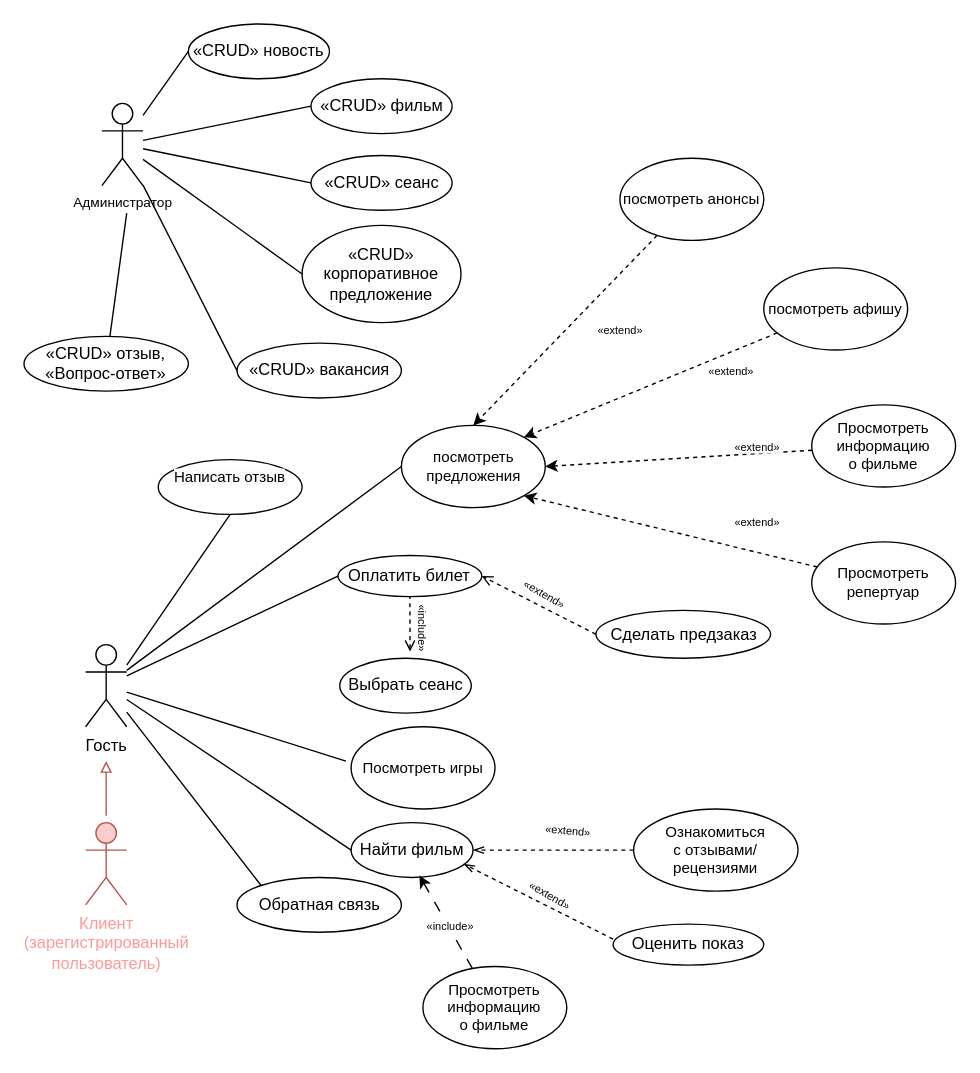
Above: page "Fakel" (3 of 3) of Диаграммы_вариантов_использования.drawio in ANDaniell/-design-practice (draw.io), before the change. Source tidied: cells renumbered, new cells numbered last; positions are measured from the earlier drawing's top-left corner, leaving out a move shared by most shapes. Both pictures are drawn from the tidied source at 137%, with x=0, y=0 at pixel (23, 23).
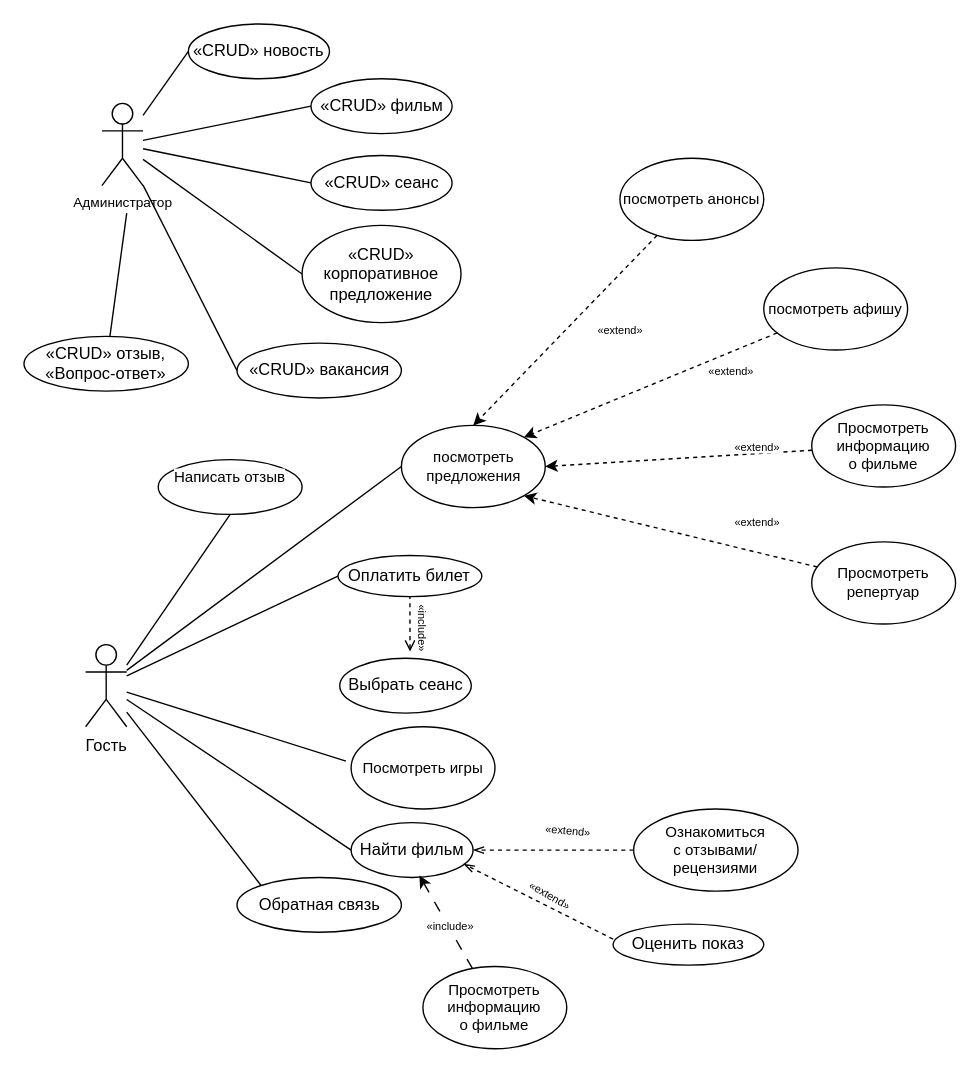
The same diagram, later.

Unchanged cells that the change refers to:
```xml
<mxCell id="4" value="Оплатить билет" style="ellipse;whiteSpace=wrap;html=1;fontSize=12;" parent="1" vertex="1">
  <mxGeometry x="229.2" y="388" width="105" height="30" as="geometry" />
</mxCell>
```

Change to the diagram source:
```diff
@@
-    <mxCell id="3" value="&lt;div&gt;Клиент&lt;/div&gt;&lt;div&gt;(зарегистрированный&lt;/div&gt;&lt;div&gt;пользователь)&lt;/div&gt;" style="shape=umlActor;verticalLabelPosition=bottom;verticalAlign=top;html=1;fillColor=#f8cecc;strokeColor=#b85450;fontColor=#FF9999;" parent="1" vertex="1">
-      <mxGeometry x="45" y="583" width="30" height="60" as="geometry" />
-    </mxCell>
@@
-    <mxCell id="5" value="Сделать предзаказ" style="ellipse;whiteSpace=wrap;html=1;" parent="1" vertex="1">
-      <mxGeometry x="417.5" y="428" width="127.5" height="35" as="geometry" />
-    </mxCell>
@@
-    <mxCell id="10" style="endArrow=block;html=1;rounded=0;endFill=0;fillColor=#f8cecc;strokeColor=#b85450;" parent="1" edge="1">
-      <mxGeometry relative="1" as="geometry">
-        <mxPoint x="60" y="578" as="sourcePoint" />
-        <mxPoint x="60" y="538" as="targetPoint" />
-      </mxGeometry>
-    </mxCell>
@@
-    <mxCell id="14" style="endArrow=open;dashed=1;rounded=0;entryX=1;entryY=0.5;entryDx=0;entryDy=0;exitX=0;exitY=0.5;exitDx=0;exitDy=0;startArrow=none;startFill=0;endFill=0;html=1;" parent="1" edge="1" source="5" target="4">
-      <mxGeometry relative="1" as="geometry" />
-    </mxCell>
-    <mxCell id="15" value="«extend»" style="edgeLabel;html=1;align=center;verticalAlign=middle;rotation=30;fontSize=8;" parent="14" vertex="1">
-      <mxGeometry x="0.05" y="1" relative="1" as="geometry">
-        <mxPoint x="6" y="-9" as="offset" />
-      </mxGeometry>
-    </mxCell>
```
